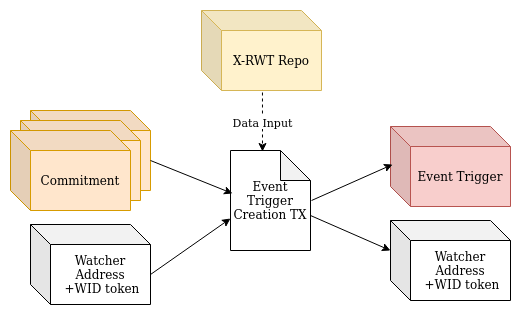
Before: images/Event_Trigger_Creation.png, a diagram exported from draw.io (rosen-bridge/contract). Source tidied: cells renumbered, new cells last; positions are measured from the earlier drawing's top-left corner, leaving out a move shared by most shapes.
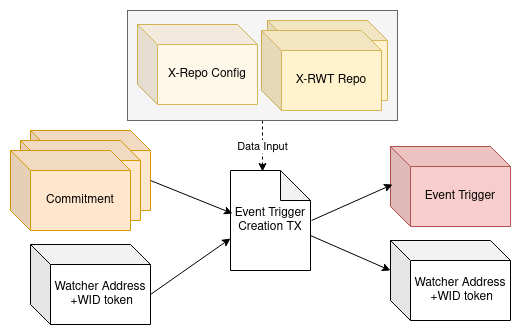
The same diagram one commit later.

Commit message:
Update multiple repo support in documentation

The edit, as a diff of the source:
```diff
@@ -35,11 +35,23 @@
     <mxCell id="12" style="endArrow=classic;html=1;rounded=0;exitX=0;exitY=0;exitDx=120;exitDy=50;exitPerimeter=0;entryX=0;entryY=0.68;entryDx=0;entryDy=0;entryPerimeter=0;" parent="1" edge="1" source="5" target="8">
       <mxGeometry relative="1" as="geometry" />
     </mxCell>
+    <mxCell id="14" value="Data Input" style="endArrow=classic;html=1;rounded=0;exitX=0.5;exitY=1;exitDx=0;exitDy=0;entryX=0.4;entryY=0.01;entryDx=0;entryDy=0;entryPerimeter=0;dashed=1;" parent="1" edge="1" source="16" target="8">
+      <mxGeometry relative="1" as="geometry" />
+    </mxCell>
+    <mxCell id="15" style="group;" parent="1" vertex="1">
+      <mxGeometry x="117" y="-20" width="270" height="110" as="geometry" />
+    </mxCell>
+    <mxCell id="16" style="rounded=0;whiteSpace=wrap;html=1;fillColor=#f5f5f5;fontColor=#333333;strokeColor=#666666;" parent="15" vertex="1">
+      <mxGeometry width="270" height="110" as="geometry" />
+    </mxCell>
+    <mxCell id="17" value="&lt;div&gt;X-RWT Repo&lt;/div&gt;" style="shape=cube;whiteSpace=wrap;html=1;boundedLbl=1;backgroundOutline=1;darkOpacity=0.05;darkOpacity2=0.1;fillColor=#fff2cc;strokeColor=#d6b656;" parent="15" vertex="1">
+      <mxGeometry x="140" y="10" width="120" height="80" as="geometry" />
+    </mxCell>
-    <mxCell id="13" value="&lt;div&gt;X-RWT Repo&lt;/div&gt;" style="shape=cube;whiteSpace=wrap;html=1;boundedLbl=1;backgroundOutline=1;darkOpacity=0.05;darkOpacity2=0.1;fillColor=#fff2cc;strokeColor=#d6b656;" parent="1" vertex="1">
-      <mxGeometry x="191" width="120" height="80" as="geometry" />
+    <mxCell id="13" value="&lt;div&gt;X-RWT Repo&lt;/div&gt;" style="shape=cube;whiteSpace=wrap;html=1;boundedLbl=1;backgroundOutline=1;darkOpacity=0.05;darkOpacity2=0.1;fillColor=#fff2cc;strokeColor=#d6b656;" parent="15" vertex="1">
+      <mxGeometry x="134" y="20" width="120" height="80" as="geometry" />
     </mxCell>
-    <mxCell id="14" value="Data Input" style="endArrow=classic;html=1;rounded=0;exitX=0.508;exitY=1.025;exitDx=0;exitDy=0;exitPerimeter=0;entryX=0.4;entryY=0.01;entryDx=0;entryDy=0;entryPerimeter=0;dashed=1;" parent="1" edge="1" source="13" target="8">
-      <mxGeometry relative="1" as="geometry" />
-    </mxCell>
+    <mxCell id="18" value="&lt;div&gt;X-Repo Config&lt;br&gt;&lt;/div&gt;" style="shape=cube;whiteSpace=wrap;html=1;boundedLbl=1;backgroundOutline=1;darkOpacity=0.05;darkOpacity2=0.1;fillColor=#FFF7E8;strokeColor=#d6b656;" parent="15" vertex="1">
+      <mxGeometry x="10" y="14" width="120" height="80" as="geometry" />
+    </mxCell>
   </root>
 </mxGraphModel>
```
